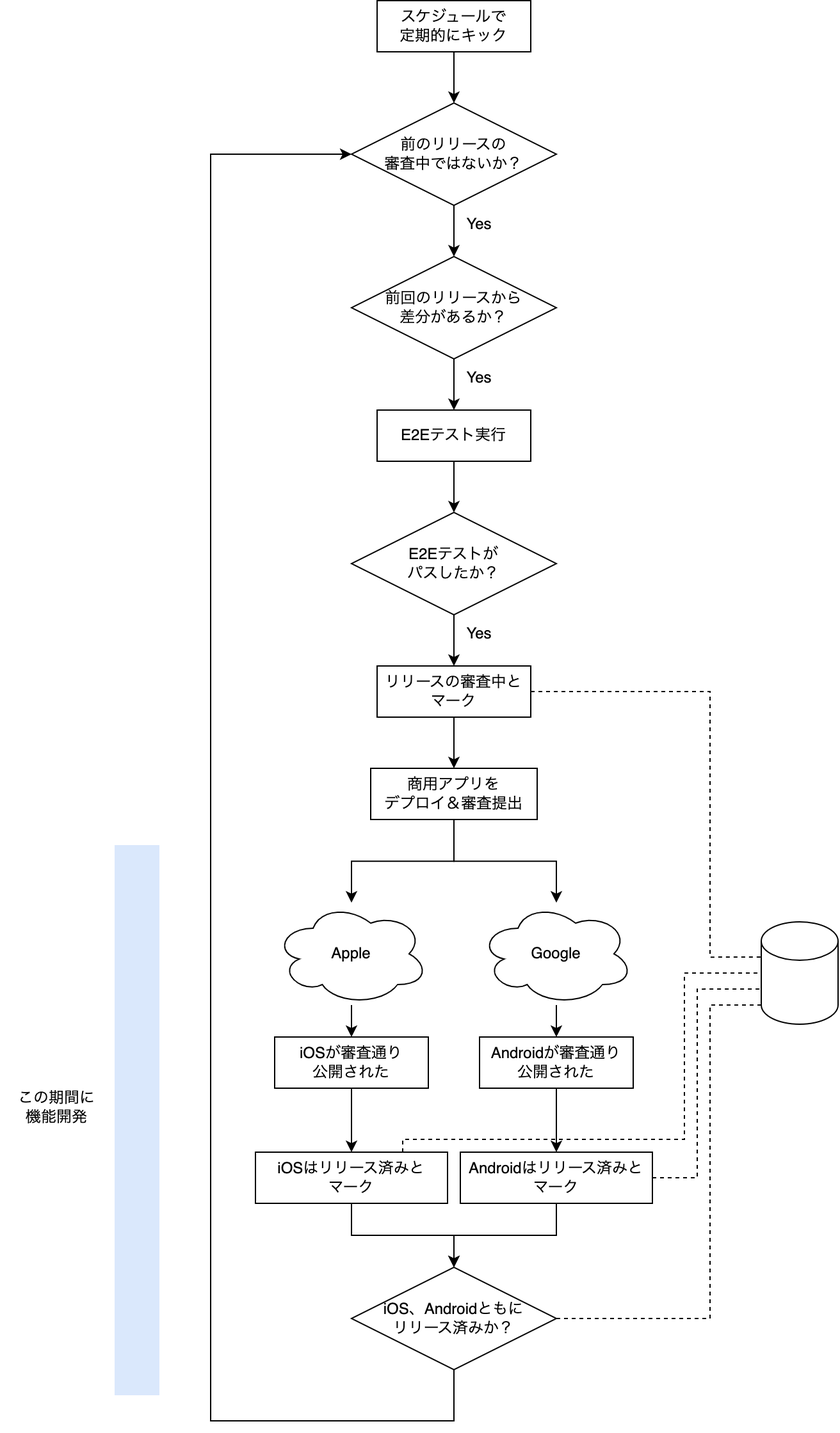
Above: images/automated-regular-release-for-mobile/automated-release-flow.png in shotaIDE/zenn (draw.io), before the change. Source tidied: cells renumbered, new cells last; positions are measured from the earlier drawing's top-left corner, leaving out a move shared by most shapes.
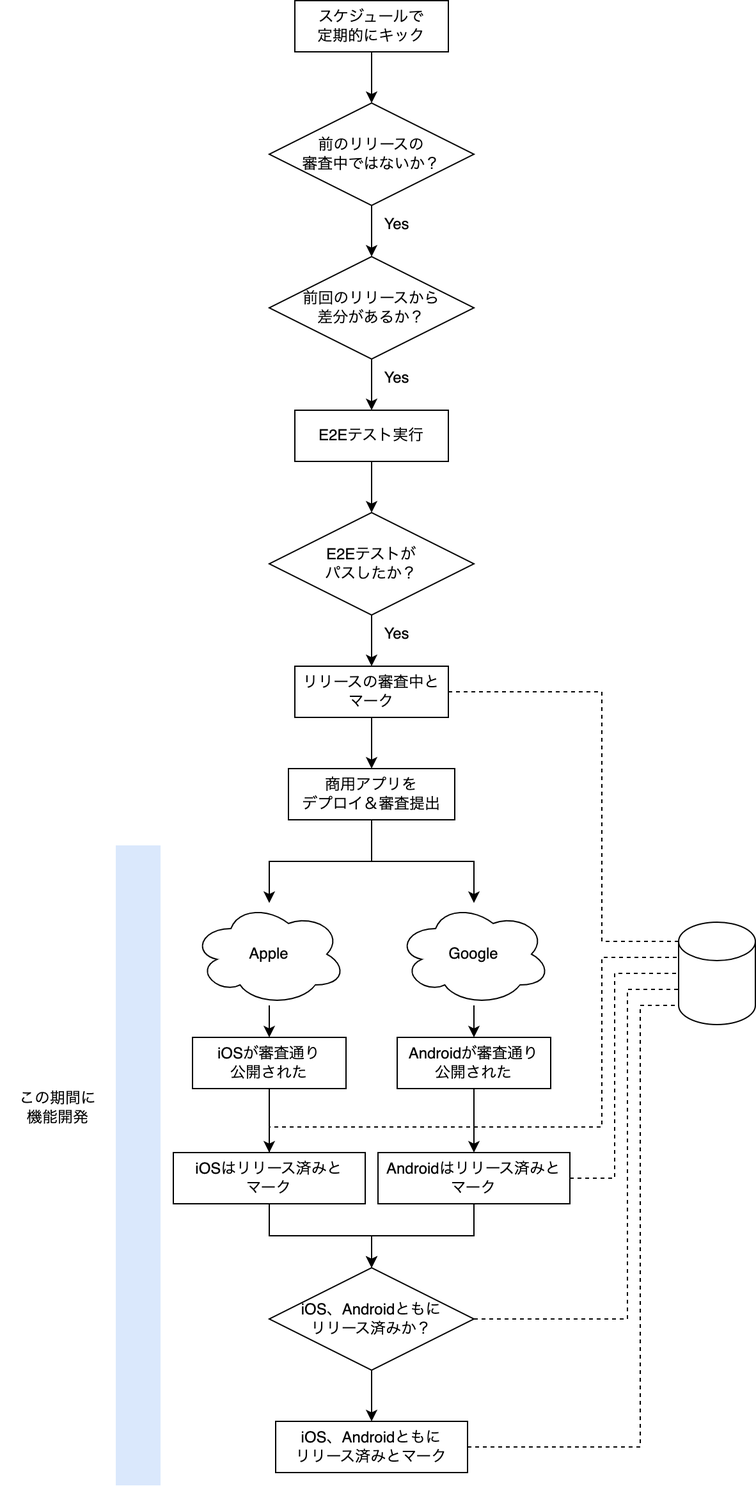
Later version of the same file.

What changed in the source:
```diff
@@ -3,7 +3,7 @@
     <mxCell id="0" />
     <mxCell id="1" parent="0" />
     <mxCell id="2" style="rounded=0;whiteSpace=wrap;html=1;fillColor=#dae8fc;strokeColor=none;" parent="1" vertex="1">
-      <mxGeometry x="90" y="660" width="35" height="430" as="geometry" />
+      <mxGeometry x="155" y="660" width="35" height="500" as="geometry" />
     </mxCell>
     <mxCell id="3" style="edgeStyle=orthogonalEdgeStyle;rounded=0;jettySize=auto;html=1;entryX=0.5;entryY=0;entryDx=0;entryDy=0;" parent="1" edge="1" source="4" target="6">
       <mxGeometry relative="1" as="geometry" />
@@ -74,23 +74,17 @@
     <mxCell id="25" value="Androidはリリース済みと&lt;br&gt;マーク" style="rounded=0;whiteSpace=wrap;html=1;" parent="1" vertex="1">
       <mxGeometry x="360" y="900" width="150" height="40" as="geometry" />
     </mxCell>
-    <mxCell id="26" style="edgeStyle=orthogonalEdgeStyle;rounded=0;jettySize=auto;html=1;entryX=0;entryY=0.5;entryDx=0;entryDy=0;" parent="1" edge="1" source="27" target="11">
-      <mxGeometry relative="1" as="geometry">
-        <Array as="points">
-          <mxPoint x="355" y="1110" />
-          <mxPoint x="165" y="1110" />
-          <mxPoint x="165" y="120" />
-        </Array>
-      </mxGeometry>
-    </mxCell>
+    <mxCell id="41" style="edgeStyle=orthogonalEdgeStyle;rounded=0;jettySize=auto;html=1;entryX=0.5;entryY=0;entryDx=0;entryDy=0;" parent="1" edge="1" source="27" target="42">
+      <mxGeometry relative="1" as="geometry" />
+    </mxCell>
     <mxCell id="27" value="iOS、Androidともに&lt;br&gt;リリース済みか？" style="rhombus;whiteSpace=wrap;html=1;" parent="1" vertex="1">
       <mxGeometry x="275" y="990" width="160" height="80" as="geometry" />
     </mxCell>
-    <mxCell id="28" style="edgeStyle=orthogonalEdgeStyle;rounded=0;jettySize=auto;html=1;entryX=0;entryY=1;entryDx=0;entryDy=-15;entryPerimeter=0;dashed=1;endArrow=none;endFill=0;" parent="1" edge="1" source="27" target="16">
+    <mxCell id="28" style="edgeStyle=orthogonalEdgeStyle;rounded=0;jettySize=auto;html=1;entryX=0;entryY=0;entryDx=0;entryDy=52.5;entryPerimeter=0;dashed=1;endArrow=none;endFill=0;exitX=1;exitY=0.5;exitDx=0;exitDy=0;" parent="1" edge="1" source="27" target="16">
       <mxGeometry relative="1" as="geometry">
         <Array as="points">
           <mxPoint x="555" y="1030" />
-          <mxPoint x="555" y="785" />
+          <mxPoint x="555" y="773" />
         </Array>
       </mxGeometry>
     </mxCell>
@@ -101,7 +95,7 @@
       <mxGeometry x="295" width="120" height="40" as="geometry" />
     </mxCell>
     <mxCell id="31" value="この期間に&lt;br&gt;機能開発" style="text;html=1;align=center;verticalAlign=middle;whiteSpace=wrap;rounded=0;" parent="1" vertex="1">
-      <mxGeometry y="850" width="90" height="30" as="geometry" />
+      <mxGeometry x="65" y="850" width="90" height="30" as="geometry" />
     </mxCell>
     <mxCell id="32" style="edgeStyle=orthogonalEdgeStyle;rounded=0;jettySize=auto;html=1;" parent="1" edge="1" source="33" target="19">
       <mxGeometry relative="1" as="geometry" />
@@ -121,28 +115,39 @@
     <mxCell id="37" style="edgeStyle=orthogonalEdgeStyle;rounded=0;jettySize=auto;html=1;" parent="1" edge="1" source="17" target="35">
       <mxGeometry relative="1" as="geometry" />
     </mxCell>
-    <mxCell id="38" style="edgeStyle=orthogonalEdgeStyle;rounded=0;jettySize=auto;html=1;entryX=0;entryY=0;entryDx=0;entryDy=27.5;entryPerimeter=0;dashed=1;endArrow=none;endFill=0;" parent="1" edge="1" source="15" target="16">
+    <mxCell id="38" style="edgeStyle=orthogonalEdgeStyle;rounded=0;jettySize=auto;html=1;entryX=0;entryY=0;entryDx=0;entryDy=15;entryPerimeter=0;dashed=1;endArrow=none;endFill=0;exitX=1;exitY=0.5;exitDx=0;exitDy=0;" parent="1" edge="1" source="15" target="16">
       <mxGeometry relative="1" as="geometry">
         <Array as="points">
-          <mxPoint x="555" y="540" />
-          <mxPoint x="555" y="748" />
+          <mxPoint x="535" y="540" />
+          <mxPoint x="535" y="735" />
         </Array>
       </mxGeometry>
     </mxCell>
-    <mxCell id="39" style="edgeStyle=orthogonalEdgeStyle;rounded=0;jettySize=auto;html=1;entryX=0;entryY=0;entryDx=0;entryDy=52.5;entryPerimeter=0;dashed=1;endArrow=none;endFill=0;" parent="1" edge="1" source="25" target="16">
+    <mxCell id="39" style="edgeStyle=orthogonalEdgeStyle;rounded=0;jettySize=auto;html=1;entryX=0;entryY=0.5;entryDx=0;entryDy=0;entryPerimeter=0;dashed=1;endArrow=none;endFill=0;" parent="1" edge="1" source="25" target="16">
       <mxGeometry relative="1" as="geometry">
         <Array as="points">
           <mxPoint x="545" y="920" />
-          <mxPoint x="545" y="772" />
+          <mxPoint x="545" y="760" />
         </Array>
       </mxGeometry>
     </mxCell>
+    <mxCell id="42" value="iOS、Androidともに&lt;br&gt;リリース済みとマーク" style="rounded=0;whiteSpace=wrap;html=1;" parent="1" vertex="1">
+      <mxGeometry x="280" y="1110" width="150" height="40" as="geometry" />
+    </mxCell>
+    <mxCell id="43" style="edgeStyle=orthogonalEdgeStyle;rounded=0;jettySize=auto;html=1;entryX=0;entryY=1;entryDx=0;entryDy=-15;entryPerimeter=0;endArrow=none;endFill=0;dashed=1;" parent="1" edge="1" source="42" target="16">
+      <mxGeometry relative="1" as="geometry">
+        <Array as="points">
+          <mxPoint x="565" y="1130" />
+          <mxPoint x="565" y="785" />
+        </Array>
+      </mxGeometry>
+    </mxCell>
-    <mxCell id="40" style="edgeStyle=orthogonalEdgeStyle;rounded=0;jettySize=auto;html=1;entryX=0;entryY=0.5;entryDx=0;entryDy=0;entryPerimeter=0;dashed=1;endArrow=none;endFill=0;" parent="1" edge="1" source="23" target="16">
+    <mxCell id="40" style="edgeStyle=orthogonalEdgeStyle;rounded=0;jettySize=auto;html=1;entryX=0;entryY=0;entryDx=0;entryDy=27.5;entryPerimeter=0;endArrow=none;endFill=0;dashed=1;" parent="1" edge="1" source="23" target="16">
       <mxGeometry relative="1" as="geometry">
         <Array as="points">
-          <mxPoint x="315" y="890" />
-          <mxPoint x="535" y="890" />
-          <mxPoint x="535" y="760" />
+          <mxPoint x="275" y="880" />
+          <mxPoint x="535" y="880" />
+          <mxPoint x="535" y="747" />
         </Array>
       </mxGeometry>
     </mxCell>
```
